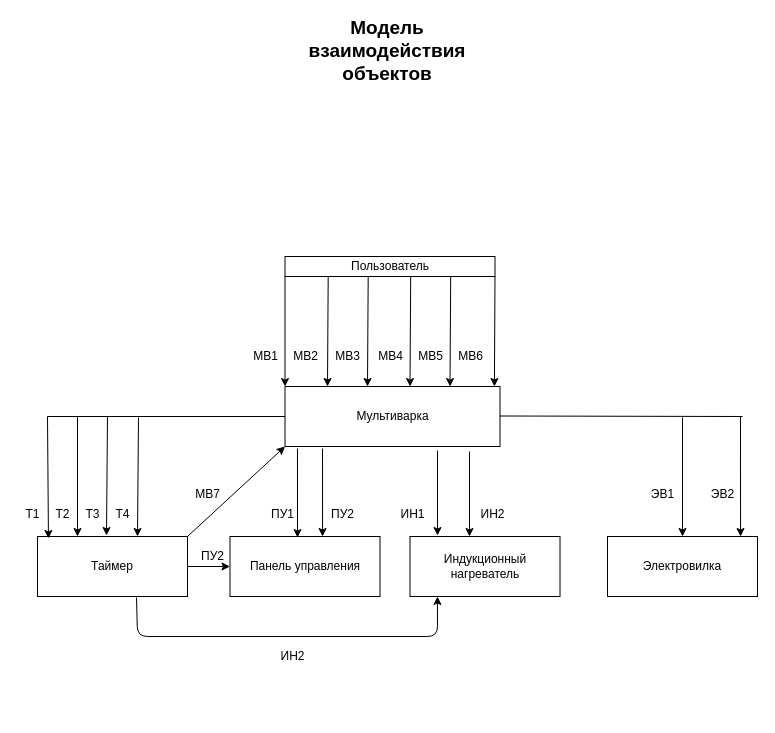
This is page "МВО" (3 of 5) of lab_05/lab_05.drawio from marchenko-vs/ics7-oop, a draw.io file, before an edit. Source tidied: cells renumbered, new cells numbered last; positions are measured from the earlier drawing's top-left corner, leaving out a move shared by most shapes. Both pictures are drawn from the tidied source at 100%, with x=0, y=0 at pixel (17, 36).
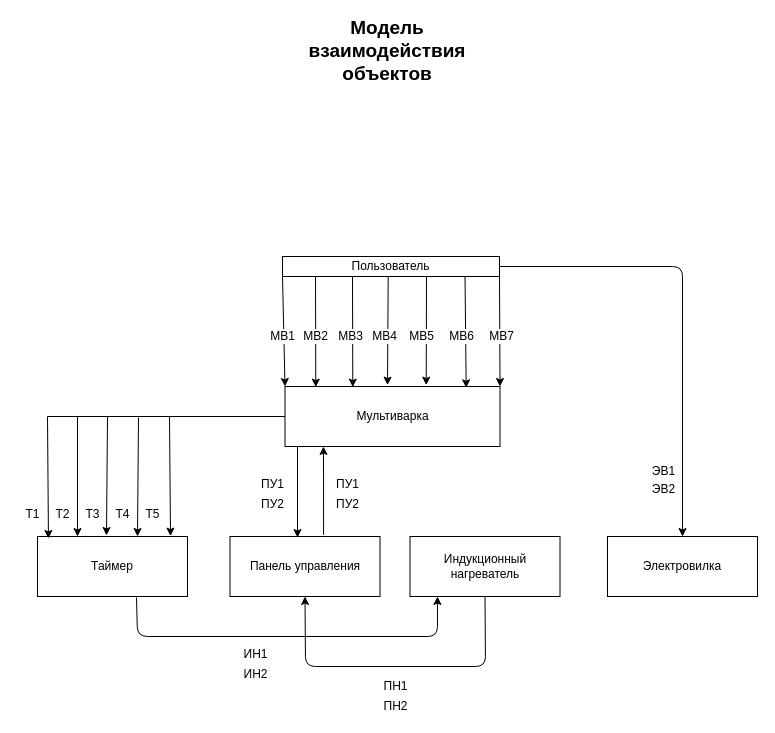
After the change.

The change refers to these unchanged cells:
```xml
<mxCell id="3" value="Мультиварка" style="rounded=0;whiteSpace=wrap;html=1;" parent="1" vertex="1">
  <mxGeometry x="267.5" y="350" width="215" height="60" as="geometry" />
</mxCell>
<mxCell id="4" value="Таймер" style="rounded=0;whiteSpace=wrap;html=1;" parent="1" vertex="1">
  <mxGeometry x="20" y="500" width="150" height="60" as="geometry" />
</mxCell>
<mxCell id="5" value="Электровилка" style="rounded=0;whiteSpace=wrap;html=1;" parent="1" vertex="1">
  <mxGeometry x="590" y="500" width="150" height="60" as="geometry" />
</mxCell>
<mxCell id="6" value="Панель управления" style="rounded=0;whiteSpace=wrap;html=1;" parent="1" vertex="1">
  <mxGeometry x="212.5" y="500" width="150" height="60" as="geometry" />
</mxCell>
<mxCell id="7" value="Индукционный нагреватель" style="rounded=0;whiteSpace=wrap;html=1;" parent="1" vertex="1">
  <mxGeometry x="392.5" y="500" width="150" height="60" as="geometry" />
</mxCell>
```

The edit, as a diff of the source:
```diff
@@
+    <mxCell id="19" style="endArrow=classic;html=1;exitX=0.841;exitY=0.981;exitDx=0;exitDy=0;entryX=0.917;entryY=0.022;entryDx=0;entryDy=0;entryPerimeter=0;exitPerimeter=0;" parent="1" edge="1" source="2">
+      <mxGeometry relative="1" as="geometry">
+        <mxPoint x="448.7" y="351.3" as="targetPoint" />
+      </mxGeometry>
+    </mxCell>
     <mxCell id="2" value="Пользователь" style="rounded=0;whiteSpace=wrap;html=1;" parent="1" vertex="1">
-      <mxGeometry x="267.5" y="220" width="210" height="20" as="geometry" />
+      <mxGeometry x="265" y="220" width="217" height="20" as="geometry" />
     </mxCell>
@@
-    <mxCell id="9" value="МВ1" style="text;html=1;align=center;verticalAlign=middle;" parent="1" vertex="1">
-      <mxGeometry x="227.5" y="310" width="40" height="20" as="geometry" />
-    </mxCell>
-    <mxCell id="10" style="endArrow=classic;html=1;exitX=0.092;exitY=1;exitDx=0;exitDy=0;exitPerimeter=0;entryX=0.25;entryY=0;entryDx=0;entryDy=0;" parent="1" edge="1">
+    <mxCell id="10" style="endArrow=classic;html=1;entryX=0.176;entryY=0.01;entryDx=0;entryDy=0;entryPerimeter=0;" parent="1" edge="1">
       <mxGeometry relative="1" as="geometry">
-        <mxPoint x="310.7" y="240" as="sourcePoint" />
-        <mxPoint x="310" y="350" as="targetPoint" />
+        <mxPoint x="298" y="240" as="sourcePoint" />
+        <mxPoint x="298.3" y="350.6" as="targetPoint" />
       </mxGeometry>
     </mxCell>
-    <mxCell id="11" style="endArrow=classic;html=1;exitX=0.092;exitY=1;exitDx=0;exitDy=0;exitPerimeter=0;entryX=0.25;entryY=0;entryDx=0;entryDy=0;" parent="1" edge="1">
+    <mxCell id="11" style="endArrow=classic;html=1;entryX=0.362;entryY=0.01;entryDx=0;entryDy=0;entryPerimeter=0;" parent="1" edge="1">
       <mxGeometry relative="1" as="geometry">
-        <mxPoint x="350.7" y="240" as="sourcePoint" />
-        <mxPoint x="350" y="350" as="targetPoint" />
+        <mxPoint x="335" y="240" as="sourcePoint" />
+        <mxPoint x="335.3" y="350.6" as="targetPoint" />
       </mxGeometry>
     </mxCell>
-    <mxCell id="12" style="endArrow=classic;html=1;exitX=0.092;exitY=1;exitDx=0;exitDy=0;exitPerimeter=0;entryX=0.25;entryY=0;entryDx=0;entryDy=0;" parent="1" edge="1">
+    <mxCell id="12" style="endArrow=classic;html=1;exitX=0.561;exitY=1.014;exitDx=0;exitDy=0;exitPerimeter=0;entryX=0.551;entryY=-0.024;entryDx=0;entryDy=0;entryPerimeter=0;" parent="1" edge="1">
       <mxGeometry relative="1" as="geometry">
-        <mxPoint x="393.2" y="240" as="sourcePoint" />
-        <mxPoint x="392.5" y="350" as="targetPoint" />
+        <mxPoint x="370.7" y="240.3" as="sourcePoint" />
+        <mxPoint x="370" y="348.6" as="targetPoint" />
       </mxGeometry>
     </mxCell>
-    <mxCell id="13" style="endArrow=classic;html=1;exitX=0.092;exitY=1;exitDx=0;exitDy=0;exitPerimeter=0;entryX=0.25;entryY=0;entryDx=0;entryDy=0;" parent="1" edge="1">
+    <mxCell id="13" style="endArrow=classic;html=1;entryX=0.731;entryY=-0.024;entryDx=0;entryDy=0;entryPerimeter=0;" parent="1" edge="1">
       <mxGeometry relative="1" as="geometry">
-        <mxPoint x="433.2" y="240" as="sourcePoint" />
-        <mxPoint x="432.5" y="350" as="targetPoint" />
+        <mxPoint x="409" y="240" as="sourcePoint" />
+        <mxPoint x="408.7" y="348.6" as="targetPoint" />
       </mxGeometry>
     </mxCell>
-    <mxCell id="14" value="МВ2" style="text;html=1;align=center;verticalAlign=middle;" parent="1" vertex="1">
-      <mxGeometry x="267.5" y="310" width="40" height="20" as="geometry" />
+    <mxCell id="14" value="МВ2" style="text;html=1;align=center;verticalAlign=middle;labelBackgroundColor=default;" parent="1" vertex="1">
+      <mxGeometry x="278" y="290" width="40" height="20" as="geometry" />
     </mxCell>
-    <mxCell id="15" value="МВ3" style="text;html=1;align=center;verticalAlign=middle;" parent="1" vertex="1">
-      <mxGeometry x="310" y="310" width="40" height="20" as="geometry" />
+    <mxCell id="15" value="МВ3" style="text;html=1;align=center;verticalAlign=middle;labelBackgroundColor=default;" parent="1" vertex="1">
+      <mxGeometry x="312.5" y="290" width="40" height="20" as="geometry" />
     </mxCell>
-    <mxCell id="16" value="МВ4" style="text;html=1;align=center;verticalAlign=middle;" parent="1" vertex="1">
-      <mxGeometry x="352.5" y="310" width="40" height="20" as="geometry" />
+    <mxCell id="16" value="МВ4" style="text;html=1;align=center;verticalAlign=middle;labelBackgroundColor=default;" parent="1" vertex="1">
+      <mxGeometry x="346.5" y="290" width="40" height="20" as="geometry" />
     </mxCell>
-    <mxCell id="17" value="МВ5" style="text;html=1;align=center;verticalAlign=middle;" parent="1" vertex="1">
-      <mxGeometry x="392.5" y="310" width="40" height="20" as="geometry" />
+    <mxCell id="17" value="МВ5" style="text;html=1;align=center;verticalAlign=middle;labelBackgroundColor=default;" parent="1" vertex="1">
+      <mxGeometry x="384" y="290" width="40" height="20" as="geometry" />
     </mxCell>
-    <mxCell id="18" value="МВ6" style="text;html=1;align=center;verticalAlign=middle;" parent="1" vertex="1">
-      <mxGeometry x="432.5" y="310" width="40" height="20" as="geometry" />
+    <mxCell id="18" value="МВ6" style="text;html=1;align=center;verticalAlign=middle;labelBackgroundColor=default;" parent="1" vertex="1">
+      <mxGeometry x="424" y="290" width="40" height="20" as="geometry" />
     </mxCell>
-    <mxCell id="19" style="endArrow=classic;html=1;exitX=1;exitY=1;exitDx=0;exitDy=0;entryX=0.974;entryY=0;entryDx=0;entryDy=0;entryPerimeter=0;" parent="1" edge="1" source="2" target="3">
-      <mxGeometry relative="1" as="geometry" />
-    </mxCell>
-    <mxCell id="20" style="endArrow=classic;html=1;exitX=0.058;exitY=1.033;exitDx=0;exitDy=0;exitPerimeter=0;entryX=0.45;entryY=0.017;entryDx=0;entryDy=0;entryPerimeter=0;" parent="1" edge="1" source="3" target="6">
-      <mxGeometry relative="1" as="geometry" />
+    <mxCell id="20" style="endArrow=classic;html=1;entryX=0.45;entryY=0.017;entryDx=0;entryDy=0;entryPerimeter=0;" parent="1" edge="1" target="6">
+      <mxGeometry relative="1" as="geometry">
+        <mxPoint x="280" y="410" as="sourcePoint" />
+      </mxGeometry>
     </mxCell>
-    <mxCell id="21" style="endArrow=classic;html=1;entryX=0.617;entryY=0;entryDx=0;entryDy=0;entryPerimeter=0;" parent="1" edge="1" target="6">
-      <mxGeometry relative="1" as="geometry">
-        <mxPoint x="305" y="412" as="sourcePoint" />
-      </mxGeometry>
-    </mxCell>
     <mxCell id="22" value="ПУ1" style="text;html=1;align=center;verticalAlign=middle;" parent="1" vertex="1">
-      <mxGeometry x="245" y="468" width="40" height="20" as="geometry" />
+      <mxGeometry x="235" y="438" width="40" height="20" as="geometry" />
     </mxCell>
     <mxCell id="23" value="ПУ2" style="text;html=1;align=center;verticalAlign=middle;" parent="1" vertex="1">
-      <mxGeometry x="305" y="468" width="40" height="20" as="geometry" />
+      <mxGeometry x="235" y="458" width="40" height="20" as="geometry" />
     </mxCell>
-    <mxCell id="24" style="endArrow=classic;html=1;" parent="1" edge="1">
-      <mxGeometry relative="1" as="geometry">
-        <mxPoint x="420" y="414" as="sourcePoint" />
-        <mxPoint x="420" y="499" as="targetPoint" />
-      </mxGeometry>
-    </mxCell>
-    <mxCell id="25" style="endArrow=classic;html=1;" parent="1" edge="1">
-      <mxGeometry relative="1" as="geometry">
-        <mxPoint x="452" y="415" as="sourcePoint" />
-        <mxPoint x="452" y="500" as="targetPoint" />
-      </mxGeometry>
-    </mxCell>
-    <mxCell id="26" value="ИН1" style="text;html=1;align=center;verticalAlign=middle;" parent="1" vertex="1">
-      <mxGeometry x="375" y="468" width="40" height="20" as="geometry" />
-    </mxCell>
-    <mxCell id="27" value="ИН2" style="text;html=1;align=center;verticalAlign=middle;" parent="1" vertex="1">
-      <mxGeometry x="455" y="468" width="40" height="20" as="geometry" />
-    </mxCell>
@@
-    <mxCell id="37" style="endArrow=classic;html=1;exitX=1;exitY=0.5;exitDx=0;exitDy=0;" parent="1" edge="1" source="4" target="6">
-      <mxGeometry relative="1" as="geometry" />
-    </mxCell>
-    <mxCell id="38" value="ПУ2" style="text;html=1;align=center;verticalAlign=middle;" parent="1" vertex="1">
-      <mxGeometry x="175" y="510" width="40" height="20" as="geometry" />
-    </mxCell>
-    <mxCell id="39" style="endArrow=classic;html=1;exitX=1;exitY=0;exitDx=0;exitDy=0;entryX=0;entryY=1;entryDx=0;entryDy=0;" parent="1" edge="1" source="4" target="3">
-      <mxGeometry relative="1" as="geometry" />
-    </mxCell>
-    <mxCell id="40" value="МВ7" style="text;html=1;align=center;verticalAlign=middle;" parent="1" vertex="1">
-      <mxGeometry x="170" y="448" width="40" height="20" as="geometry" />
-    </mxCell>
@@
     <mxCell id="42" value="ИН2" style="text;html=1;align=center;verticalAlign=middle;" parent="1" vertex="1">
-      <mxGeometry x="255" y="610" width="40" height="20" as="geometry" />
+      <mxGeometry x="218" y="628" width="40" height="20" as="geometry" />
     </mxCell>
-    <mxCell id="43" style="endArrow=none;html=1;" parent="1" edge="1">
-      <mxGeometry relative="1" as="geometry">
-        <mxPoint x="482.5" y="379.5" as="sourcePoint" />
-        <mxPoint x="725" y="380" as="targetPoint" />
-      </mxGeometry>
-    </mxCell>
-    <mxCell id="44" style="endArrow=classic;html=1;entryX=0.887;entryY=0;entryDx=0;entryDy=0;entryPerimeter=0;" parent="1" edge="1" target="5">
-      <mxGeometry relative="1" as="geometry">
-        <mxPoint x="723" y="380" as="sourcePoint" />
-      </mxGeometry>
-    </mxCell>
-    <mxCell id="45" style="endArrow=classic;html=1;entryX=0.5;entryY=0;entryDx=0;entryDy=0;" parent="1" edge="1" target="5">
-      <mxGeometry relative="1" as="geometry">
-        <mxPoint x="665" y="381" as="sourcePoint" />
-      </mxGeometry>
-    </mxCell>
     <mxCell id="46" value="ЭВ1" style="text;html=1;align=center;verticalAlign=middle;" parent="1" vertex="1">
-      <mxGeometry x="625" y="448" width="40" height="20" as="geometry" />
+      <mxGeometry x="626" y="425" width="40" height="20" as="geometry" />
     </mxCell>
     <mxCell id="47" value="ЭВ2" style="text;html=1;align=center;verticalAlign=middle;" parent="1" vertex="1">
-      <mxGeometry x="685" y="448" width="40" height="20" as="geometry" />
+      <mxGeometry x="626" y="443" width="40" height="20" as="geometry" />
     </mxCell>
@@
+    <mxCell id="49" style="endArrow=classic;html=1;rounded=1;elbow=vertical;exitX=0.5;exitY=1;exitDx=0;exitDy=0;entryX=0.5;entryY=1;entryDx=0;entryDy=0;" parent="1" edge="1" source="7" target="6">
+      <mxGeometry relative="1" as="geometry">
+        <Array as="points">
+          <mxPoint x="468" y="630" />
+          <mxPoint x="288" y="630" />
+        </Array>
+      </mxGeometry>
+    </mxCell>
+    <mxCell id="50" style="endArrow=classic;html=1;rounded=0;elbow=vertical;exitX=0.624;exitY=-0.03;exitDx=0;exitDy=0;exitPerimeter=0;" parent="1" edge="1" source="6">
+      <mxGeometry relative="1" as="geometry">
+        <mxPoint x="306" y="410" as="targetPoint" />
+      </mxGeometry>
+    </mxCell>
+    <mxCell id="51" value="ПУ1" style="text;html=1;align=center;verticalAlign=middle;" parent="1" vertex="1">
+      <mxGeometry x="310" y="438" width="40" height="20" as="geometry" />
+    </mxCell>
+    <mxCell id="38" value="ПУ2" style="text;html=1;align=center;verticalAlign=middle;" parent="1" vertex="1">
+      <mxGeometry x="310" y="458" width="40" height="20" as="geometry" />
+    </mxCell>
+    <mxCell id="52" style="endArrow=classic;html=1;rounded=0;elbow=vertical;entryX=0.84;entryY=-0.007;entryDx=0;entryDy=0;entryPerimeter=0;" parent="1" edge="1">
+      <mxGeometry relative="1" as="geometry">
+        <mxPoint x="152" y="380" as="sourcePoint" />
+        <mxPoint x="153" y="499.6" as="targetPoint" />
+      </mxGeometry>
+    </mxCell>
+    <mxCell id="53" value="Т5" style="text;html=1;align=center;verticalAlign=middle;" parent="1" vertex="1">
+      <mxGeometry x="120" y="468" width="30" height="20" as="geometry" />
+    </mxCell>
+    <mxCell id="26" value="ИН1" style="text;html=1;align=center;verticalAlign=middle;" parent="1" vertex="1">
+      <mxGeometry x="218" y="608" width="40" height="20" as="geometry" />
+    </mxCell>
+    <mxCell id="54" value="ПН1" style="text;html=1;align=center;verticalAlign=middle;" parent="1" vertex="1">
+      <mxGeometry x="358" y="640" width="40" height="20" as="geometry" />
+    </mxCell>
+    <mxCell id="55" value="ПН2" style="text;html=1;align=center;verticalAlign=middle;" parent="1" vertex="1">
+      <mxGeometry x="358" y="660" width="40" height="20" as="geometry" />
+    </mxCell>
+    <mxCell id="56" style="endArrow=classic;html=1;rounded=1;fontSize=19;elbow=vertical;exitX=1;exitY=1;exitDx=0;exitDy=0;entryX=1;entryY=0;entryDx=0;entryDy=0;" parent="1" edge="1" source="2" target="3">
+      <mxGeometry relative="1" as="geometry" />
+    </mxCell>
+    <mxCell id="40" value="МВ7" style="text;html=1;align=center;verticalAlign=middle;labelBackgroundColor=default;" parent="1" vertex="1">
+      <mxGeometry x="464" y="290" width="40" height="20" as="geometry" />
+    </mxCell>
+    <mxCell id="57" style="endArrow=classic;html=1;rounded=1;fontSize=19;elbow=vertical;exitX=1;exitY=0.5;exitDx=0;exitDy=0;entryX=0.5;entryY=0;entryDx=0;entryDy=0;" parent="1" edge="1" source="2" target="5">
+      <mxGeometry relative="1" as="geometry">
+        <Array as="points">
+          <mxPoint x="665" y="230" />
+        </Array>
+      </mxGeometry>
+    </mxCell>
+    <mxCell id="9" value="МВ1" style="text;html=1;align=center;verticalAlign=middle;labelBackgroundColor=default;" parent="1" vertex="1">
+      <mxGeometry x="245" y="290" width="40" height="20" as="geometry" />
+    </mxCell>
```
